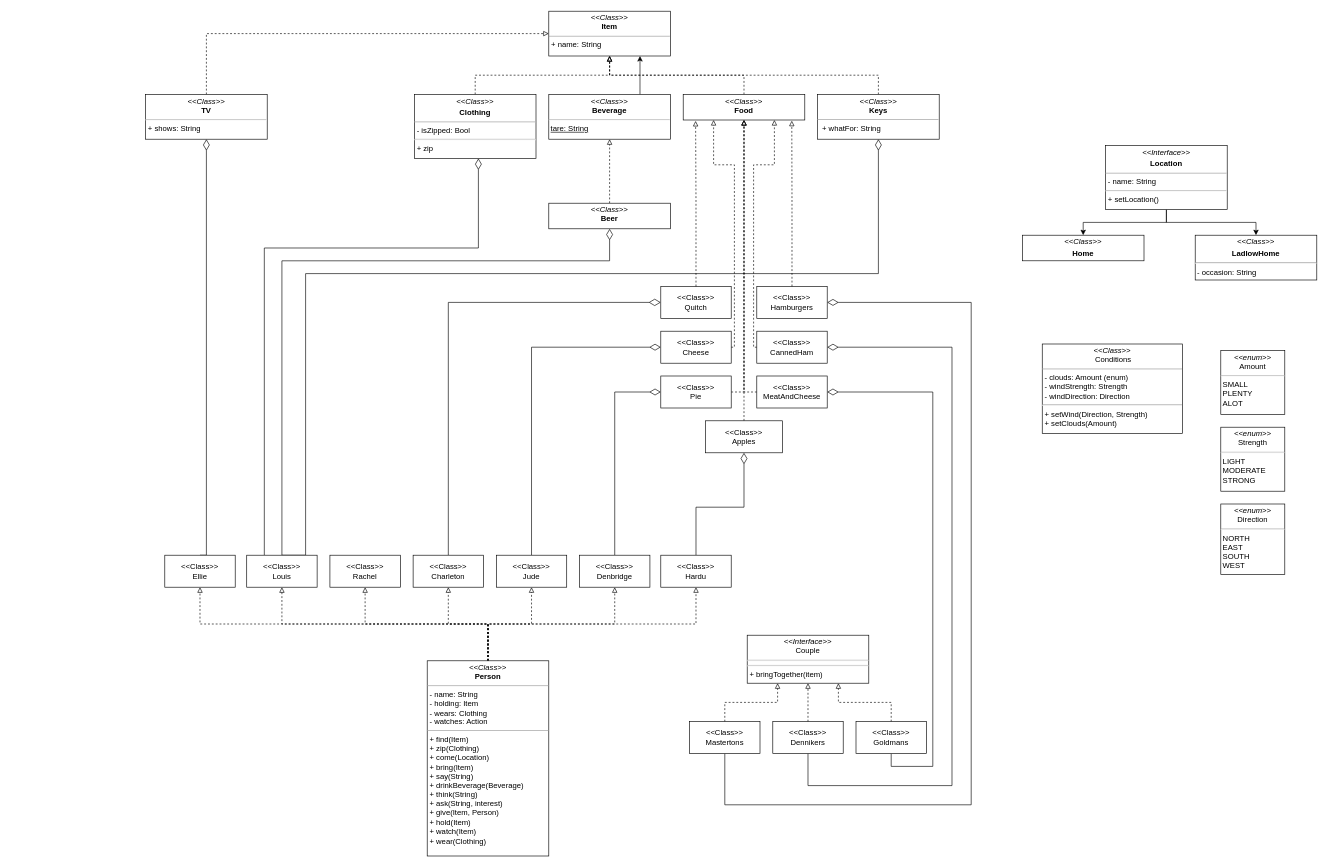
The draw.io diagram Untitled Diagram.drawio in Sat1l/laba4, before the edit. Source tidied: cells renumbered, new cells numbered last; positions are measured from the earlier drawing's top-left corner, leaving out a move shared by most shapes. Both pictures are drawn from the tidied source at 64%, with x=0, y=0 at pixel (145, 11).
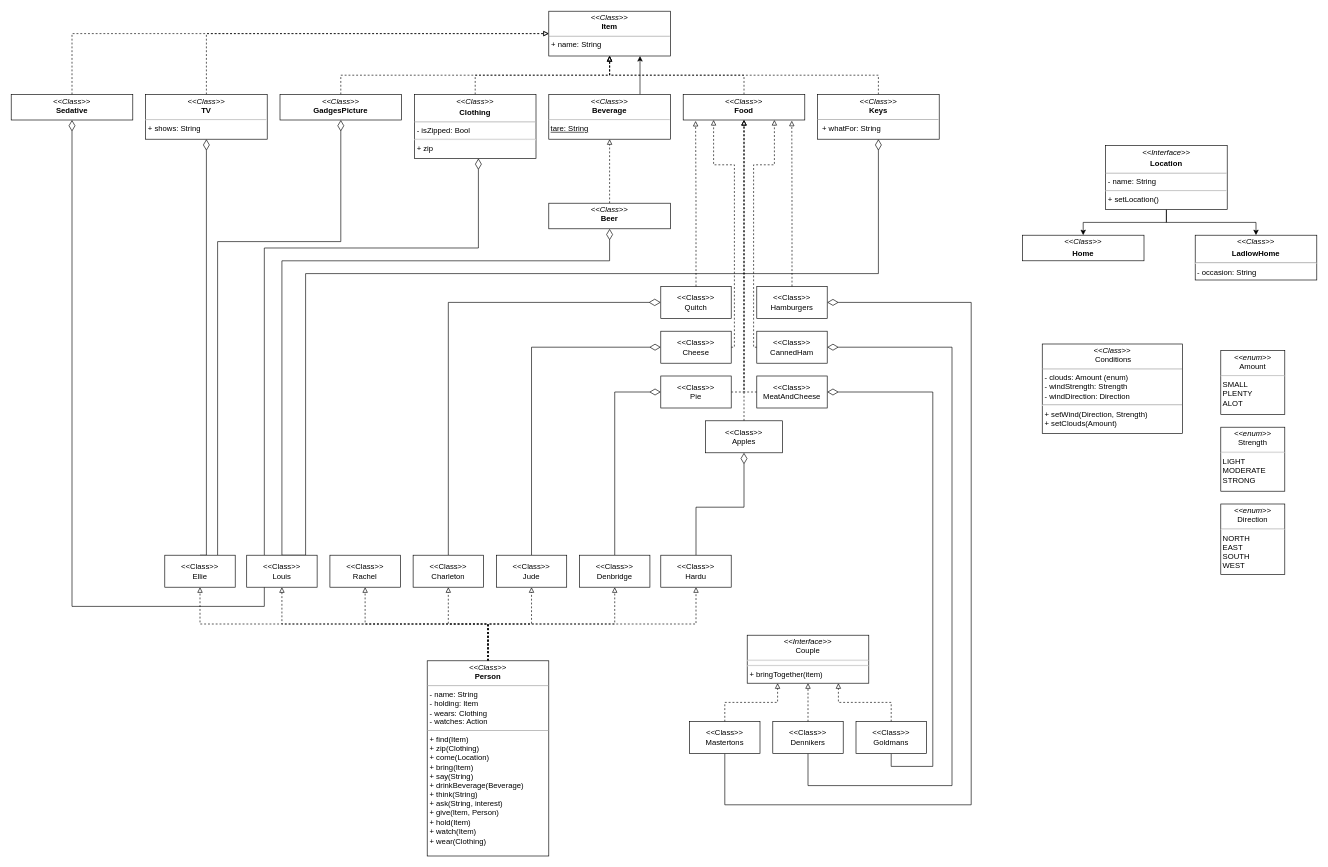
The same diagram, later.

The change refers to these unchanged cells:
```xml
<mxCell id="10" value="&lt;p style=&quot;margin:0px;margin-top:4px;text-align:center;&quot;&gt;&lt;i&gt;&amp;lt;&amp;lt;Class&amp;gt;&amp;gt;&lt;/i&gt;&lt;br&gt;&lt;b&gt;Item&lt;/b&gt;&lt;/p&gt;&lt;hr size=&quot;1&quot;&gt;&lt;p style=&quot;margin:0px;margin-left:4px;&quot;&gt;+ name: String&lt;br&gt;&lt;/p&gt;&lt;p style=&quot;margin:0px;margin-left:4px;&quot;&gt;&lt;br&gt;&lt;/p&gt;" style="verticalAlign=top;align=left;overflow=fill;fontSize=12;fontFamily=Helvetica;html=1;whiteSpace=wrap;" parent="1" vertex="1">
  <mxGeometry x="630" width="190" height="70" as="geometry" />
</mxCell>
<mxCell id="29" value="&amp;lt;&amp;lt;Class&amp;gt;&amp;gt;&lt;br&gt;Louis" style="html=1;whiteSpace=wrap;" parent="1" vertex="1">
  <mxGeometry x="158" y="850" width="110" height="50" as="geometry" />
</mxCell>
<mxCell id="66" value="&amp;lt;&amp;lt;Class&amp;gt;&amp;gt;&lt;br&gt;Ellie" style="html=1;whiteSpace=wrap;" parent="1" vertex="1">
  <mxGeometry x="30" y="850" width="110" height="50" as="geometry" />
</mxCell>
```

Change to the diagram source:
```diff
@@
+    <mxCell id="71" style="edgeStyle=orthogonalEdgeStyle;rounded=0;jettySize=auto;html=1;exitX=0.5;exitY=0;exitDx=0;exitDy=0;endArrow=block;endFill=0;dashed=1;" parent="1" edge="1" source="72" target="10">
+      <mxGeometry relative="1" as="geometry" />
+    </mxCell>
+    <mxCell id="72" value="&lt;p style=&quot;margin:0px;margin-top:4px;text-align:center;&quot;&gt;&lt;i&gt;&amp;lt;&amp;lt;Class&amp;gt;&amp;gt;&lt;/i&gt;&lt;br&gt;&lt;b&gt;GadgesPicture&lt;/b&gt;&lt;/p&gt;&lt;p style=&quot;margin:0px;margin-left:4px;&quot;&gt;&lt;br&gt;&lt;/p&gt;" style="verticalAlign=top;align=left;overflow=fill;fontSize=12;fontFamily=Helvetica;html=1;whiteSpace=wrap;" parent="1" vertex="1">
+      <mxGeometry x="210" y="130" width="190" height="40" as="geometry" />
+    </mxCell>
@@
+    <mxCell id="73" style="edgeStyle=orthogonalEdgeStyle;rounded=0;jettySize=auto;html=1;exitX=0.25;exitY=1;exitDx=0;exitDy=0;endArrow=diamondThin;endFill=0;endSize=15;" parent="1" edge="1" source="29" target="76">
+      <mxGeometry relative="1" as="geometry">
+        <Array as="points">
+          <mxPoint x="185" y="930" />
+          <mxPoint x="-115" y="930" />
+        </Array>
+      </mxGeometry>
+    </mxCell>
@@
+    <mxCell id="74" style="edgeStyle=orthogonalEdgeStyle;rounded=0;jettySize=auto;html=1;exitX=0.75;exitY=0;exitDx=0;exitDy=0;endArrow=diamondThin;endFill=0;endSize=15;" parent="1" edge="1" source="66" target="72">
+      <mxGeometry relative="1" as="geometry">
+        <Array as="points">
+          <mxPoint x="113" y="360" />
+          <mxPoint x="305" y="360" />
+        </Array>
+      </mxGeometry>
+    </mxCell>
@@
+    <mxCell id="75" style="edgeStyle=orthogonalEdgeStyle;rounded=0;jettySize=auto;html=1;exitX=0.5;exitY=0;exitDx=0;exitDy=0;entryX=0;entryY=0.5;entryDx=0;entryDy=0;dashed=1;endArrow=block;endFill=0;" parent="1" edge="1" source="76" target="10">
+      <mxGeometry relative="1" as="geometry" />
+    </mxCell>
+    <mxCell id="76" value="&lt;p style=&quot;margin:0px;margin-top:4px;text-align:center;&quot;&gt;&lt;i&gt;&amp;lt;&amp;lt;Class&amp;gt;&amp;gt;&lt;/i&gt;&lt;br&gt;&lt;b&gt;Sedative&lt;/b&gt;&lt;/p&gt;" style="verticalAlign=top;align=left;overflow=fill;fontSize=12;fontFamily=Helvetica;html=1;whiteSpace=wrap;" parent="1" vertex="1">
+      <mxGeometry x="-210" y="130" width="190" height="40" as="geometry" />
+    </mxCell>
```
